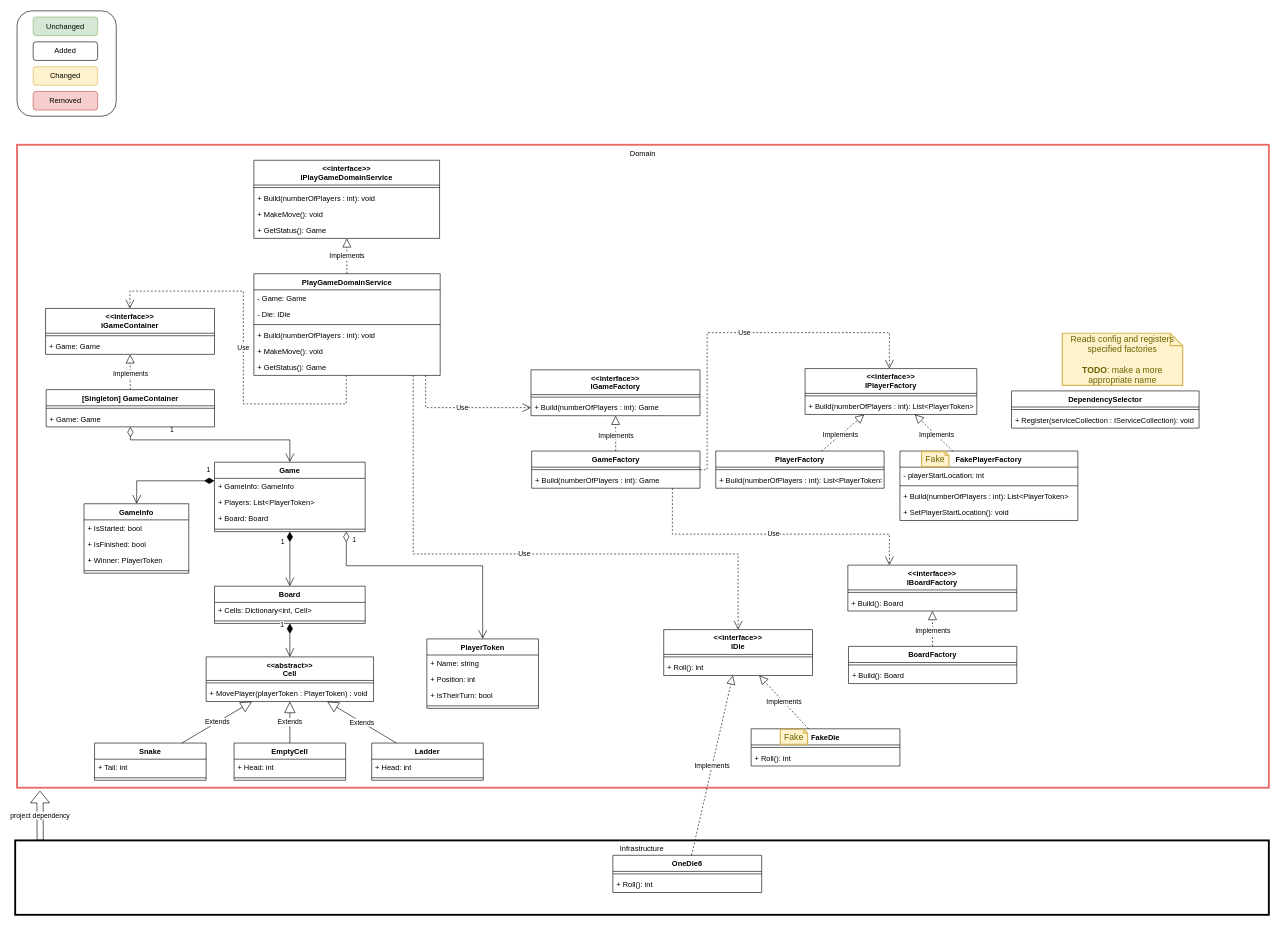
Above: page "Class Diagram" (2 of 3) of design/SnakesAndLadders.drawio in KucherenkoSerhiy/SnakesAndLadders (draw.io), before the change. Source tidied: cells renumbered, new cells numbered last; positions are measured from the earlier drawing's top-left corner, leaving out a move shared by most shapes. Both pictures are drawn from the tidied source at 62%, with x=0, y=0 at pixel (15, 11).
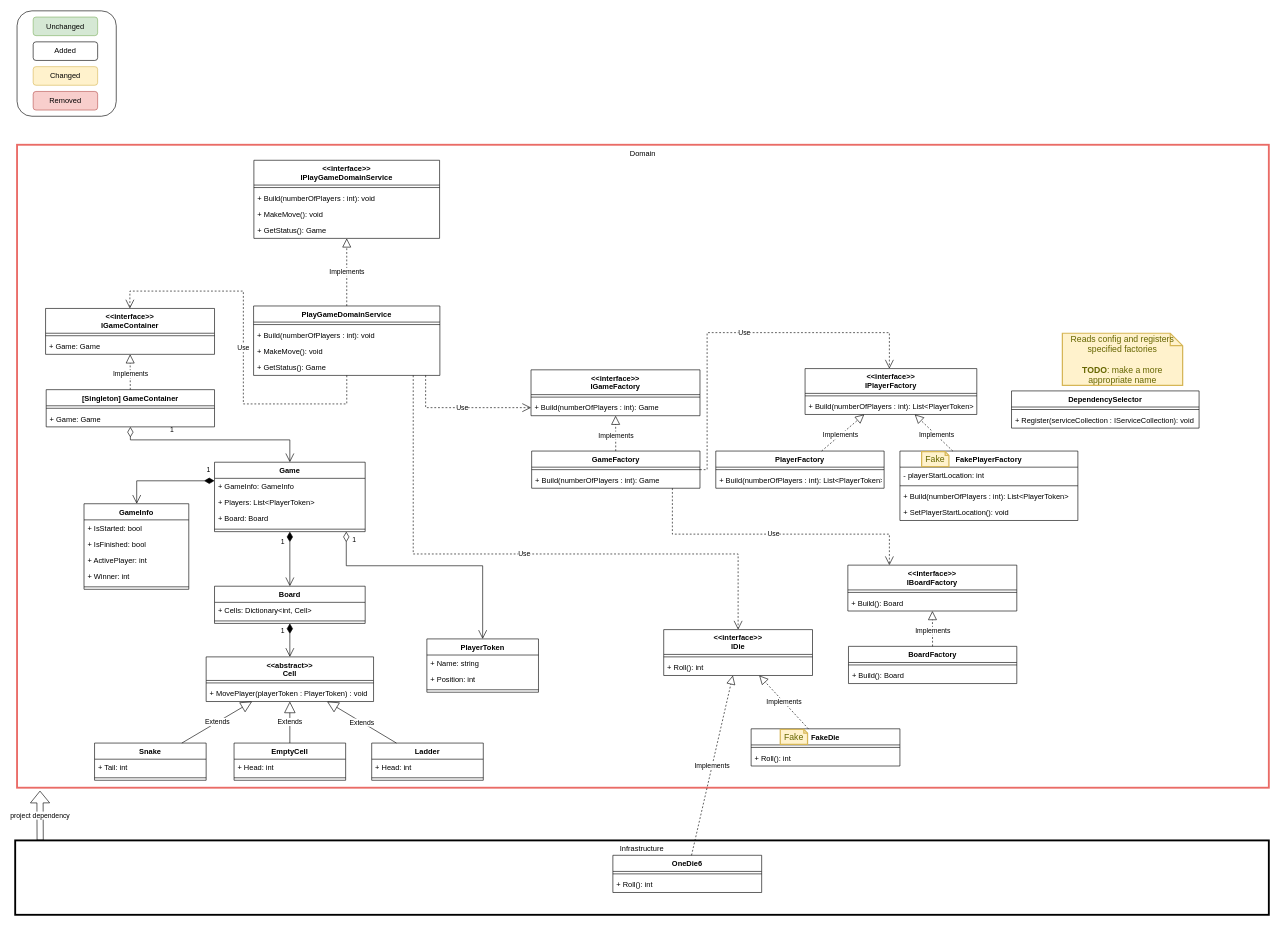
The same page after the edit.

Commit message (it also covers changes not shown here):
moved "ActivePlayer" value to game instead of holding it inside PlayerToken

Unchanged cells that the change refers to:
```xml
<mxCell id="5" value="&lt;&lt;abstract&gt;&gt;&#10;Cell" style="swimlane;fontStyle=1;align=center;verticalAlign=top;horizontal=1;startSize=38;strokeWidth=1;fillColor=none;" parent="1" vertex="1">
  <mxGeometry x="308" y="1042" width="270" height="72" as="geometry" />
</mxCell>
<mxCell id="8" value="Board" style="swimlane;fontStyle=1;align=center;verticalAlign=top;horizontal=1;startSize=26;strokeWidth=1;fillColor=none;" parent="1" vertex="1">
  <mxGeometry x="321.5" y="928" width="243" height="60" as="geometry" />
</mxCell>
```

The edit, as a diff of the source:
```diff
@@
     <mxCell id="17" value="PlayerToken" style="swimlane;fontStyle=1;align=center;verticalAlign=top;horizontal=1;startSize=26;strokeWidth=1;fillColor=none;" parent="1" vertex="1">
-      <mxGeometry x="664" y="1013" width="180" height="112" as="geometry" />
+      <mxGeometry x="664" y="1013" width="180" height="86" as="geometry" />
     </mxCell>
@@
-    <mxCell id="20" value="+ IsTheirTurn: bool" style="text;strokeColor=none;fillColor=none;align=left;verticalAlign=top;spacingLeft=4;spacingRight=4;overflow=hidden;" parent="17" vertex="1">
-      <mxGeometry y="78" width="180" height="26" as="geometry" />
-    </mxCell>
     <mxCell id="21" style="line;strokeWidth=1;fillColor=none;align=left;verticalAlign=middle;spacingTop=-1;spacingLeft=3;spacingRight=3;labelPosition=right;" parent="17" vertex="1">
-      <mxGeometry y="104" width="180" height="8" as="geometry" />
+      <mxGeometry y="78" width="180" height="8" as="geometry" />
     </mxCell>
@@
     <mxCell id="24" value="1" style="endArrow=open;html=1;endSize=12;startArrow=diamondThin;startSize=14;startFill=1;edgeStyle=orthogonalEdgeStyle;align=left;verticalAlign=bottom;rounded=0;" parent="1" edge="1" source="8" target="5">
-      <mxGeometry x="-0.54" y="-17" relative="1" as="geometry" />
+      <mxGeometry x="-0.22" y="-16" relative="1" as="geometry" />
     </mxCell>
@@
     <mxCell id="44" value="PlayGameDomainService" style="swimlane;fontStyle=1;align=center;verticalAlign=top;horizontal=1;startSize=26;strokeColor=#000000;strokeWidth=1;fillColor=none;" parent="1" vertex="1">
-      <mxGeometry x="385" y="424" width="300.5" height="164" as="geometry" />
+      <mxGeometry x="384.5" y="476" width="300.5" height="112" as="geometry" />
     </mxCell>
-    <mxCell id="45" value="- Game: Game" style="text;strokeColor=none;fillColor=none;align=left;verticalAlign=top;spacingLeft=4;spacingRight=4;overflow=hidden;" parent="44" vertex="1">
-      <mxGeometry y="26" width="300.5" height="26" as="geometry" />
-    </mxCell>
-    <mxCell id="46" value="- Die: IDie" style="text;strokeColor=none;fillColor=none;align=left;verticalAlign=top;spacingLeft=4;spacingRight=4;overflow=hidden;" parent="44" vertex="1">
-      <mxGeometry y="52" width="300.5" height="26" as="geometry" />
-    </mxCell>
     <mxCell id="47" style="line;strokeWidth=1;fillColor=none;align=left;verticalAlign=middle;spacingTop=-1;spacingLeft=3;spacingRight=3;labelPosition=right;" parent="44" vertex="1">
-      <mxGeometry y="78" width="300.5" height="8" as="geometry" />
+      <mxGeometry y="26" width="300.5" height="8" as="geometry" />
     </mxCell>
     <mxCell id="48" value="+ Build(numberOfPlayers : int): void" style="text;strokeColor=none;fillColor=none;align=left;verticalAlign=top;spacingLeft=4;spacingRight=4;overflow=hidden;" parent="44" vertex="1">
-      <mxGeometry y="86" width="300.5" height="26" as="geometry" />
+      <mxGeometry y="34" width="300.5" height="26" as="geometry" />
     </mxCell>
     <mxCell id="49" value="+ MakeMove(): void" style="text;strokeColor=none;fillColor=none;align=left;verticalAlign=top;spacingLeft=4;spacingRight=4;overflow=hidden;" parent="44" vertex="1">
-      <mxGeometry y="112" width="300.5" height="26" as="geometry" />
+      <mxGeometry y="60" width="300.5" height="26" as="geometry" />
     </mxCell>
     <mxCell id="50" value="+ GetStatus(): Game" style="text;strokeColor=none;fillColor=none;align=left;verticalAlign=top;spacingLeft=4;spacingRight=4;overflow=hidden;" parent="44" vertex="1">
-      <mxGeometry y="138" width="300.5" height="26" as="geometry" />
+      <mxGeometry y="86" width="300.5" height="26" as="geometry" />
     </mxCell>
@@
     <mxCell id="62" value="GameInfo" style="swimlane;fontStyle=1;align=center;verticalAlign=top;horizontal=1;startSize=26;strokeWidth=1;fillColor=none;" parent="1" vertex="1">
-      <mxGeometry x="111" y="795" width="169" height="112" as="geometry" />
+      <mxGeometry x="111" y="795" width="169" height="138" as="geometry" />
     </mxCell>
@@
+    <mxCell id="118" value="+ ActivePlayer: int" style="text;strokeColor=none;fillColor=none;align=left;verticalAlign=top;spacingLeft=4;spacingRight=4;overflow=hidden;" parent="62" vertex="1">
+      <mxGeometry y="78" width="169" height="26" as="geometry" />
+    </mxCell>
-    <mxCell id="65" value="+ Winner: PlayerToken" style="text;strokeColor=none;fillColor=none;align=left;verticalAlign=top;spacingLeft=4;spacingRight=4;overflow=hidden;" parent="62" vertex="1">
-      <mxGeometry y="78" width="169" height="26" as="geometry" />
+    <mxCell id="65" value="+ Winner: int" style="text;strokeColor=none;fillColor=none;align=left;verticalAlign=top;spacingLeft=4;spacingRight=4;overflow=hidden;" parent="62" vertex="1">
+      <mxGeometry y="104" width="169" height="26" as="geometry" />
     </mxCell>
     <mxCell id="66" style="line;strokeWidth=1;fillColor=none;align=left;verticalAlign=middle;spacingTop=-1;spacingLeft=3;spacingRight=3;labelPosition=right;" parent="62" vertex="1">
-      <mxGeometry y="104" width="169" height="8" as="geometry" />
+      <mxGeometry y="130" width="169" height="8" as="geometry" />
     </mxCell>
```
